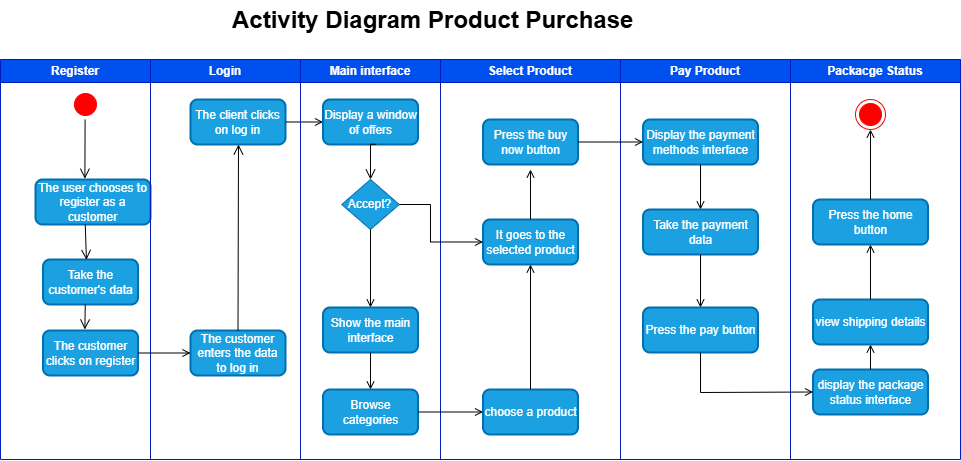
Above: Workshop-2/Activity Diagram2.drawio.png in Jefferson3108/Proyect-POO (draw.io), before the change. Source tidied: cells renumbered, new cells last; positions are measured from the earlier drawing's top-left corner, leaving out a move shared by most shapes.
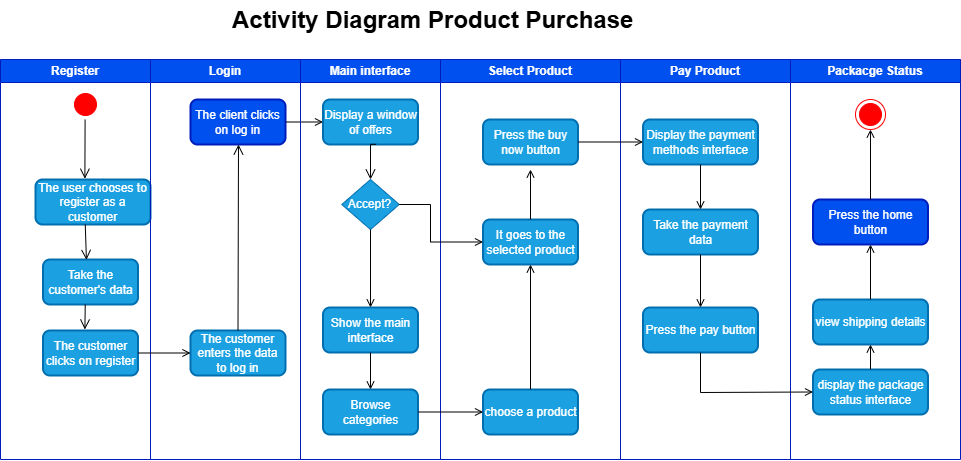
After the change.

The edit, as a diff of the source:
```diff
@@ -39,7 +39,7 @@
     <mxCell id="11" value="The customer enters the data to log in" style="rounded=1;whiteSpace=wrap;html=1;absoluteArcSize=1;arcSize=14;strokeWidth=2;fillColor=#1ba1e2;fontColor=#ffffff;strokeColor=#006EAF;" parent="10" vertex="1">
       <mxGeometry x="40" y="271" width="95" height="45" as="geometry" />
     </mxCell>
-    <mxCell id="12" value="The client clicks on log in" style="rounded=1;whiteSpace=wrap;html=1;absoluteArcSize=1;arcSize=14;strokeWidth=2;fillColor=#1ba1e2;fontColor=#ffffff;strokeColor=#006EAF;" parent="10" vertex="1">
+    <mxCell id="12" value="The client clicks on log in" style="rounded=1;whiteSpace=wrap;html=1;absoluteArcSize=1;arcSize=14;strokeWidth=2;fillColor=#0050ef;fontColor=#ffffff;strokeColor=#001DBC;" parent="10" vertex="1">
       <mxGeometry x="40" y="40" width="95" height="45" as="geometry" />
     </mxCell>
     <mxCell id="13" style="edgeStyle=elbowEdgeStyle;elbow=horizontal;align=left;verticalAlign=top;endArrow=open;endSize=8;strokeColor=light-dark(#000000,#000000);endFill=1;rounded=0;exitX=0.5;exitY=0;exitDx=0;exitDy=0;entryX=0.5;entryY=1;entryDx=0;entryDy=0;" parent="10" edge="1" source="11" target="12">
@@ -140,7 +140,7 @@
     <mxCell id="40" value="Packacge Status" style="swimlane;whiteSpace=wrap;strokeColor=#001DBC;fillColor=#0050ef;fontColor=#ffffff;" parent="1" vertex="1">
       <mxGeometry x="790" y="60" width="170" height="400" as="geometry" />
     </mxCell>
-    <mxCell id="41" value="Press the home button" style="rounded=1;whiteSpace=wrap;html=1;absoluteArcSize=1;arcSize=14;strokeWidth=2;fillColor=#1ba1e2;fontColor=#ffffff;strokeColor=#006EAF;" parent="40" vertex="1">
+    <mxCell id="41" value="Press the home button" style="rounded=1;whiteSpace=wrap;html=1;absoluteArcSize=1;arcSize=14;strokeWidth=2;fillColor=#0050ef;fontColor=#ffffff;strokeColor=#001DBC;" parent="40" vertex="1">
       <mxGeometry x="22.5" y="140" width="115" height="45" as="geometry" />
     </mxCell>
     <mxCell id="42" value="view shipping details" style="rounded=1;whiteSpace=wrap;html=1;absoluteArcSize=1;arcSize=14;strokeWidth=2;fillColor=#1ba1e2;fontColor=#ffffff;strokeColor=#006EAF;" parent="40" vertex="1">
```
